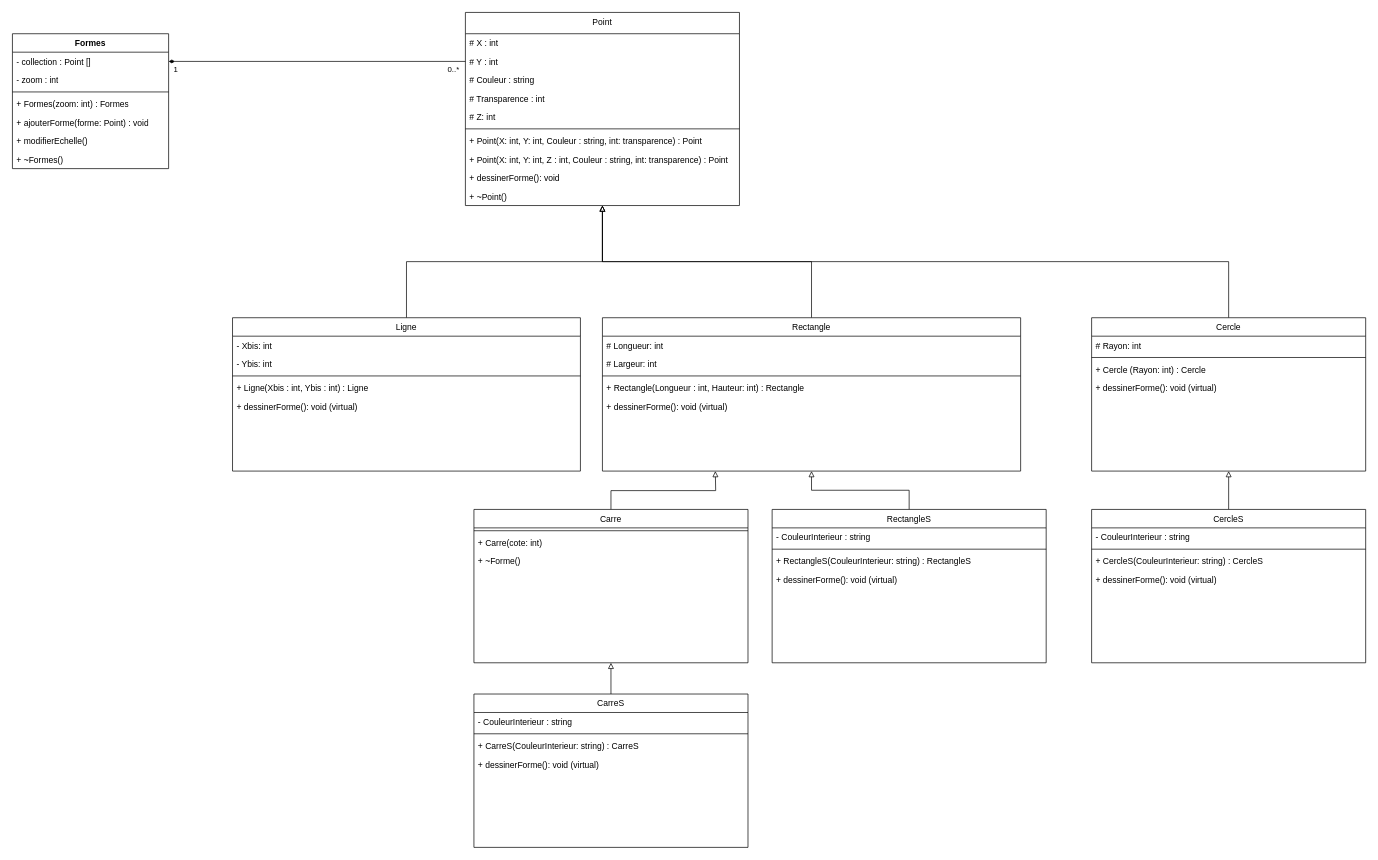
This is schema/ClassDiagram.drawio from Whythem/DessinVectoriel, a draw.io file, before an edit. Source tidied: cells renumbered, new cells numbered last; positions are measured from the earlier drawing's top-left corner, leaving out a move shared by most shapes. Both pictures are drawn from the tidied source at 71%, with x=0, y=0 at pixel (12, 12).
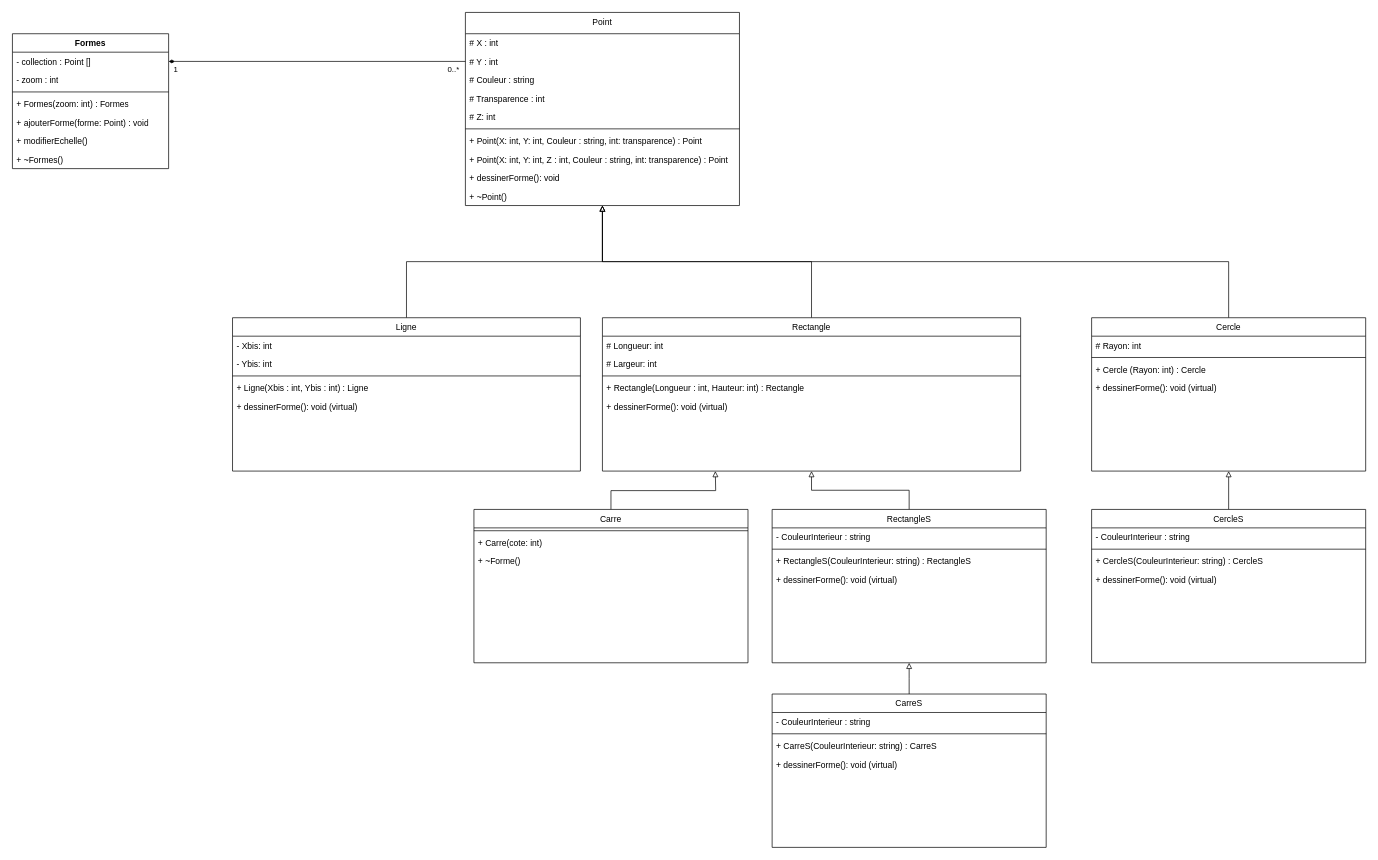
The same diagram, later.

The change refers to these unchanged cells:
```xml
<mxCell id="57" value="Carre" style="swimlane;fontStyle=0;align=center;verticalAlign=top;horizontal=1;startSize=26;rounded=0;shadow=0;strokeWidth=1;" parent="1" vertex="1">
  <mxGeometry x="650" y="700" width="386" height="216" as="geometry" />
</mxCell>
```

What changed in the source:
```diff
@@
-    <mxCell id="61" style="edgeStyle=orthogonalEdgeStyle;rounded=0;jettySize=auto;html=1;exitX=0.5;exitY=0;exitDx=0;exitDy=0;entryX=0.5;entryY=1;entryDx=0;entryDy=0;endArrow=block;endFill=0;" parent="1" edge="1" source="62" target="57">
-      <mxGeometry relative="1" as="geometry" />
+    <mxCell id="61" style="edgeStyle=orthogonalEdgeStyle;rounded=0;jettySize=auto;html=1;exitX=0.5;exitY=0;exitDx=0;exitDy=0;entryX=0.5;entryY=1;entryDx=0;entryDy=0;endArrow=block;endFill=0;" parent="1" edge="1" source="62">
+      <mxGeometry relative="1" as="geometry">
+        <mxPoint x="1263" y="916" as="targetPoint" />
+      </mxGeometry>
     </mxCell>
     <mxCell id="62" value="CarreS" style="swimlane;fontStyle=0;align=center;verticalAlign=top;horizontal=1;startSize=26;rounded=0;shadow=0;strokeWidth=1;" parent="1" vertex="1">
-      <mxGeometry x="650" y="960" width="386" height="216" as="geometry" />
+      <mxGeometry x="1070" y="960" width="386" height="216" as="geometry" />
     </mxCell>
```
